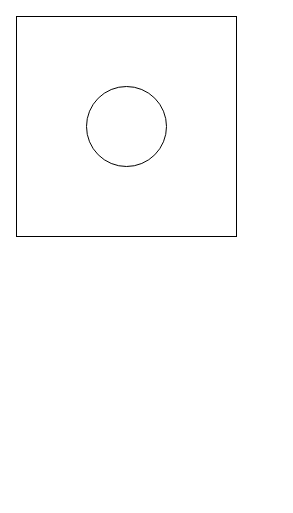
mbabby/hello_world keeps this draw.io diagram as test.drawio. Above is the earlier version. Source tidied: cells renumbered, new cells numbered last; positions are measured from the earlier drawing's top-left corner, leaving out a move shared by most shapes. Both pictures are drawn from the tidied source at 100%, with x=0, y=0 at pixel (16, 16).
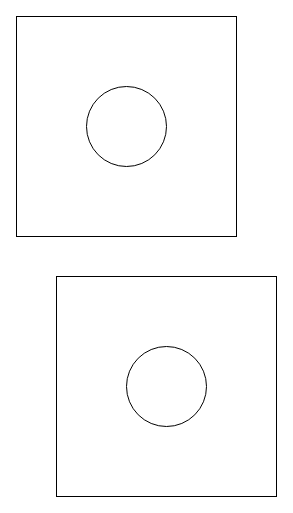
Above is the later version.

Change to the diagram source:
```diff
@@
 <mxGraphModel>
   <root>
     <mxCell id="0" />
     <mxCell id="1" parent="0" />
     <mxCell id="2" style="whiteSpace=wrap;html=1;" parent="1" vertex="1">
       <mxGeometry width="220" height="220" as="geometry" />
     </mxCell>
     <mxCell id="3" style="ellipse;whiteSpace=wrap;html=1;" parent="1" vertex="1">
       <mxGeometry x="70" y="70" width="80" height="80" as="geometry" />
     </mxCell>
+    <mxCell id="4" style="whiteSpace=wrap;html=1;" parent="1" vertex="1">
+      <mxGeometry x="40" y="260" width="220" height="220" as="geometry" />
+    </mxCell>
+    <mxCell id="5" style="ellipse;whiteSpace=wrap;html=1;" parent="1" vertex="1">
+      <mxGeometry x="110" y="330" width="80" height="80" as="geometry" />
+    </mxCell>
   </root>
 </mxGraphModel>
```
